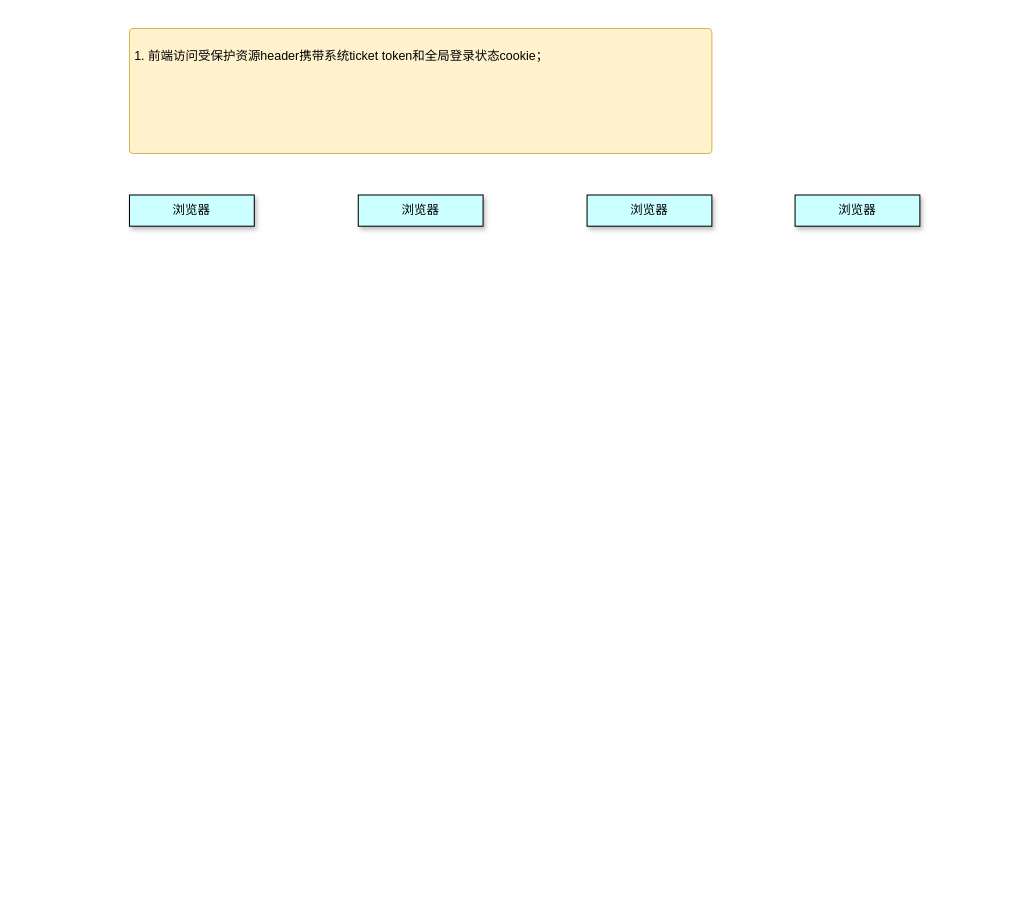
Before: SSO-LOGIN.drawio in lance631/notes, a draw.io diagram. Source tidied: cells renumbered, new cells numbered last; positions are measured from the earlier drawing's top-left corner, leaving out a move shared by most shapes. Both pictures are drawn from the tidied source at 104%, with x=0, y=0 at pixel (129, 28).
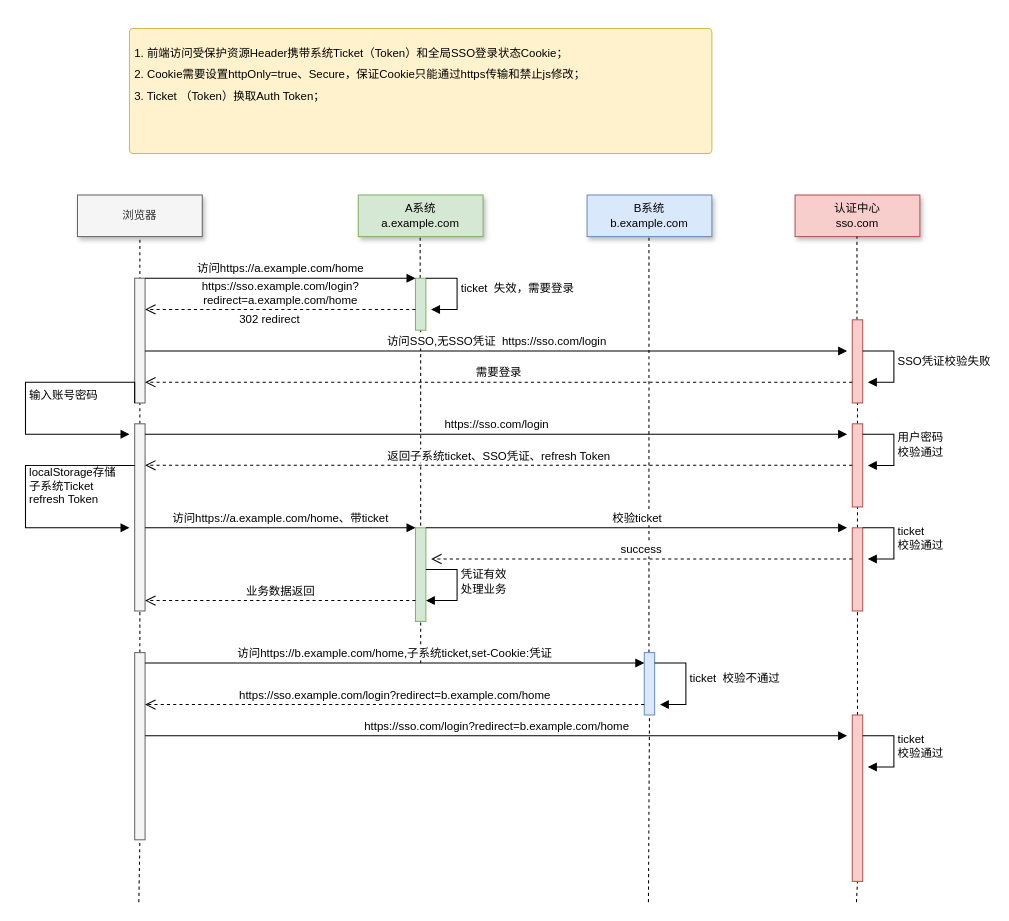
The same diagram, later.

The edit, as a diff of the source:
```diff
@@
-    <mxCell id="2" style="rounded=1;whiteSpace=wrap;html=1;fillColor=#fff2cc;strokeColor=#d6b656;arcSize=3;" parent="1" vertex="1">
+    <mxCell id="2" style="rounded=1;whiteSpace=wrap;html=1;fillColor=#fff2cc;strokeColor=#d6b656;arcSize=3;fontSize=11;" parent="1" vertex="1">
       <mxGeometry width="560" height="120" as="geometry" />
     </mxCell>
-    <mxCell id="3" value="&lt;h1 style=&quot;font-size: 12px;&quot;&gt;&lt;font style=&quot;font-weight: normal; font-size: 12px;&quot;&gt;&lt;br&gt;&lt;/font&gt;&lt;/h1&gt;&lt;h1 style=&quot;font-size: 12px;&quot;&gt;&lt;font style=&quot;font-weight: normal; font-size: 12px;&quot;&gt;1. 前端访问受保护资源header携带系统ticket token和全局登录状态cookie；&lt;/font&gt;&lt;/h1&gt;&lt;div style=&quot;font-size: 12px;&quot;&gt;&lt;font style=&quot;font-weight: normal; font-size: 12px;&quot;&gt;&lt;br style=&quot;font-size: 12px;&quot;&gt;&lt;/font&gt;&lt;/div&gt;" style="text;html=1;strokeColor=none;fillColor=none;spacing=5;spacingTop=-20;whiteSpace=wrap;overflow=hidden;rounded=0;fontSize=12;" parent="1" vertex="1">
+    <mxCell id="3" value="&lt;h1 style=&quot;font-size: 11px;&quot;&gt;&lt;font style=&quot;font-size: 11px; font-weight: normal;&quot;&gt;&lt;br style=&quot;font-size: 11px;&quot;&gt;&lt;/font&gt;&lt;/h1&gt;&lt;h1 style=&quot;font-size: 11px;&quot;&gt;&lt;font style=&quot;font-size: 11px; font-weight: normal;&quot;&gt;1. 前端访问受保护资源Header携带系统Ticket（Token）和全局SSO登录状态Cookie；&lt;/font&gt;&lt;/h1&gt;&lt;h1 style=&quot;font-size: 11px;&quot;&gt;&lt;span style=&quot;font-weight: normal; font-size: 11px;&quot;&gt;2. Cookie需要设置httpOnly=true、Secure，保证Cookie只能通过https传输和禁止js修改；&lt;/span&gt;&lt;/h1&gt;&lt;div style=&quot;font-size: 11px;&quot;&gt;&lt;span style=&quot;background-color: initial; font-size: 11px;&quot;&gt;3. Ticket （Token）换取Auth Token；&lt;/span&gt;&lt;br style=&quot;font-size: 11px;&quot;&gt;&lt;/div&gt;&lt;div style=&quot;font-size: 11px;&quot;&gt;&lt;font style=&quot;font-weight: normal; font-size: 11px;&quot;&gt;&lt;br style=&quot;font-size: 11px;&quot;&gt;&lt;/font&gt;&lt;/div&gt;" style="text;html=1;strokeColor=none;fillColor=none;spacing=5;spacingTop=-20;whiteSpace=wrap;overflow=hidden;rounded=0;fontSize=11;" parent="1" vertex="1">
       <mxGeometry width="540" height="120" as="geometry" />
     </mxCell>
-    <mxCell id="4" value="浏览器" style="rounded=0;whiteSpace=wrap;html=1;fillColor=#CCFFFF;shadow=1;" parent="1" vertex="1">
-      <mxGeometry y="160" width="120" height="30" as="geometry" />
+    <mxCell id="4" value="浏览器" style="rounded=0;whiteSpace=wrap;html=1;fillColor=#f5f5f5;shadow=1;strokeColor=#666666;fontColor=#333333;fontSize=11;" parent="1" vertex="1">
+      <mxGeometry x="-50" y="160" width="120" height="40" as="geometry" />
     </mxCell>
-    <mxCell id="5" value="浏览器" style="rounded=0;whiteSpace=wrap;html=1;fillColor=#CCFFFF;shadow=1;" parent="1" vertex="1">
-      <mxGeometry x="220" y="160" width="120" height="30" as="geometry" />
+    <mxCell id="5" value="A系统&lt;br style=&quot;font-size: 11px;&quot;&gt;a.example.com" style="rounded=0;whiteSpace=wrap;html=1;fillColor=#d5e8d4;shadow=1;strokeColor=#82b366;fontSize=11;" parent="1" vertex="1">
+      <mxGeometry x="220" y="160" width="120" height="40" as="geometry" />
     </mxCell>
-    <mxCell id="6" value="浏览器" style="rounded=0;whiteSpace=wrap;html=1;fillColor=#CCFFFF;shadow=1;" parent="1" vertex="1">
-      <mxGeometry x="440" y="160" width="120" height="30" as="geometry" />
+    <mxCell id="6" value="B系统&lt;br style=&quot;border-color: var(--border-color); font-size: 11px;&quot;&gt;b.example.com" style="rounded=0;whiteSpace=wrap;html=1;fillColor=#dae8fc;shadow=1;strokeColor=#6c8ebf;fontSize=11;" parent="1" vertex="1">
+      <mxGeometry x="440" y="160" width="120" height="40" as="geometry" />
     </mxCell>
-    <mxCell id="7" value="浏览器" style="rounded=0;whiteSpace=wrap;html=1;fillColor=#CCFFFF;shadow=1;" parent="1" vertex="1">
-      <mxGeometry x="640" y="160" width="120" height="30" as="geometry" />
+    <mxCell id="7" value="认证中心&lt;br style=&quot;font-size: 11px;&quot;&gt;sso.com" style="rounded=0;whiteSpace=wrap;html=1;fillColor=#f8cecc;shadow=1;strokeColor=#b85450;fontSize=11;" parent="1" vertex="1">
+      <mxGeometry x="640" y="160" width="120" height="40" as="geometry" />
     </mxCell>
+    <mxCell id="8" style="endArrow=none;dashed=1;html=1;rounded=0;entryX=0.5;entryY=1;entryDx=0;entryDy=0;" parent="1" edge="1" source="24" target="4">
+      <mxGeometry relative="1" as="geometry" />
+    </mxCell>
+    <mxCell id="9" style="html=1;points=[[0,0,0,0,5],[0,1,0,0,-5],[1,0,0,0,5],[1,1,0,0,-5]];perimeter=orthogonalPerimeter;outlineConnect=0;targetShapes=umlLifeline;portConstraint=eastwest;newEdgeStyle={&quot;curved&quot;:0,&quot;rounded&quot;:0};fillColor=#f5f5f5;fontColor=#333333;strokeColor=#666666;fontSize=11;" parent="1" vertex="1">
+      <mxGeometry x="5" y="240" width="10" height="120" as="geometry" />
+    </mxCell>
+    <mxCell id="10" style="endArrow=none;dashed=1;html=1;rounded=0;entryX=0.5;entryY=1;entryDx=0;entryDy=0;fontSize=11;" parent="1" edge="1" source="14">
+      <mxGeometry relative="1" as="geometry">
+        <mxPoint x="279.5" y="200" as="targetPoint" />
+      </mxGeometry>
+    </mxCell>
+    <mxCell id="11" style="endArrow=none;dashed=1;html=1;rounded=0;entryX=0.5;entryY=1;entryDx=0;entryDy=0;" parent="1" edge="1" source="44">
+      <mxGeometry relative="1" as="geometry">
+        <mxPoint x="499.5" y="200" as="targetPoint" />
+      </mxGeometry>
+    </mxCell>
+    <mxCell id="12" style="endArrow=none;dashed=1;html=1;rounded=0;entryX=0.5;entryY=1;entryDx=0;entryDy=0;" parent="1" edge="1" source="19">
+      <mxGeometry relative="1" as="geometry">
+        <mxPoint x="699.5" y="200" as="targetPoint" />
+      </mxGeometry>
+    </mxCell>
+    <mxCell id="13" style="endArrow=none;dashed=1;html=1;rounded=0;entryX=0.5;entryY=1;entryDx=0;entryDy=0;" parent="1" edge="1" target="14">
+      <mxGeometry relative="1" as="geometry">
+        <mxPoint x="280" y="610" as="sourcePoint" />
+      </mxGeometry>
+    </mxCell>
+    <mxCell id="14" style="html=1;points=[[0,0,0,0,5],[0,1,0,0,-5],[1,0,0,0,5],[1,1,0,0,-5]];perimeter=orthogonalPerimeter;outlineConnect=0;targetShapes=umlLifeline;portConstraint=eastwest;newEdgeStyle={&quot;curved&quot;:0,&quot;rounded&quot;:0};fillColor=#d5e8d4;strokeColor=#82b366;fontSize=11;" parent="1" vertex="1">
+      <mxGeometry x="275" y="240" width="10" height="50" as="geometry" />
+    </mxCell>
+    <mxCell id="15" value="访问https://a.example.com/home" style="html=1;verticalAlign=bottom;endArrow=block;curved=0;rounded=0;fontSize=11;" parent="1" edge="1" source="9" target="14">
+      <mxGeometry relative="1" as="geometry">
+        <Array as="points">
+          <mxPoint x="110" y="240" />
+        </Array>
+      </mxGeometry>
+    </mxCell>
+    <mxCell id="16" value="ticket&amp;nbsp; 失效，需要登录" style="html=1;align=left;spacingLeft=2;endArrow=block;rounded=0;edgeStyle=orthogonalEdgeStyle;curved=0;rounded=0;fontSize=11;" parent="1" edge="1">
+      <mxGeometry x="-0.06" relative="1" as="geometry">
+        <mxPoint x="285" y="240" as="sourcePoint" />
+        <mxPoint x="290" y="270" as="targetPoint" />
+        <Array as="points">
+          <mxPoint x="315" y="270" />
+        </Array>
+      </mxGeometry>
+    </mxCell>
+    <mxCell id="17" value="302 redirect" style="text;html=1;strokeColor=none;fillColor=none;align=center;verticalAlign=middle;whiteSpace=wrap;rounded=0;fontSize=11;" parent="1" vertex="1">
+      <mxGeometry x="100" y="265" width="70" height="30" as="geometry" />
+    </mxCell>
+    <mxCell id="18" style="endArrow=none;dashed=1;html=1;rounded=0;entryX=0.5;entryY=1;entryDx=0;entryDy=0;" parent="1" edge="1" source="26" target="19">
+      <mxGeometry relative="1" as="geometry" />
+    </mxCell>
+    <mxCell id="19" style="html=1;points=[[0,0,0,0,5],[0,1,0,0,-5],[1,0,0,0,5],[1,1,0,0,-5]];perimeter=orthogonalPerimeter;outlineConnect=0;targetShapes=umlLifeline;portConstraint=eastwest;newEdgeStyle={&quot;curved&quot;:0,&quot;rounded&quot;:0};fillColor=#f8cecc;strokeColor=#b85450;fontSize=11;" parent="1" vertex="1">
+      <mxGeometry x="695" y="280" width="10" height="80" as="geometry" />
+    </mxCell>
+    <mxCell id="20" value="访问SSO,无SSO凭证&amp;nbsp; https://sso.com/login" style="html=1;verticalAlign=bottom;endArrow=block;curved=0;rounded=0;" parent="1" edge="1">
+      <mxGeometry relative="1" as="geometry">
+        <mxPoint x="15" y="310" as="sourcePoint" />
+        <mxPoint x="690" y="310" as="targetPoint" />
+      </mxGeometry>
+    </mxCell>
+    <mxCell id="21" value="SSO凭证校验失败" style="html=1;align=left;spacingLeft=2;endArrow=block;rounded=0;edgeStyle=orthogonalEdgeStyle;curved=0;rounded=0;fontSize=11;" parent="1" edge="1">
+      <mxGeometry x="-0.06" relative="1" as="geometry">
+        <mxPoint x="705" y="310" as="sourcePoint" />
+        <mxPoint x="710" y="340" as="targetPoint" />
+        <Array as="points">
+          <mxPoint x="735" y="340" />
+        </Array>
+      </mxGeometry>
+    </mxCell>
+    <mxCell id="22" value="需要登录" style="html=1;verticalAlign=bottom;endArrow=open;dashed=1;endSize=8;curved=0;rounded=0;" parent="1" edge="1" target="9">
+      <mxGeometry relative="1" as="geometry">
+        <mxPoint x="695" y="340" as="sourcePoint" />
+      </mxGeometry>
+    </mxCell>
+    <mxCell id="23" style="endArrow=none;dashed=1;html=1;rounded=0;entryX=0.5;entryY=1;entryDx=0;entryDy=0;" parent="1" edge="1" source="42" target="24">
+      <mxGeometry relative="1" as="geometry" />
+    </mxCell>
+    <mxCell id="24" style="html=1;points=[[0,0,0,0,5],[0,1,0,0,-5],[1,0,0,0,5],[1,1,0,0,-5]];perimeter=orthogonalPerimeter;outlineConnect=0;targetShapes=umlLifeline;portConstraint=eastwest;newEdgeStyle={&quot;curved&quot;:0,&quot;rounded&quot;:0};fillColor=#f5f5f5;fontColor=#333333;strokeColor=#666666;fontSize=11;" parent="1" vertex="1">
+      <mxGeometry x="5" y="380" width="10" height="180" as="geometry" />
+    </mxCell>
+    <mxCell id="25" style="endArrow=none;dashed=1;html=1;rounded=0;entryX=0.5;entryY=1;entryDx=0;entryDy=0;" parent="1" edge="1" source="35" target="26">
+      <mxGeometry relative="1" as="geometry" />
+    </mxCell>
+    <mxCell id="26" style="html=1;points=[[0,0,0,0,5],[0,1,0,0,-5],[1,0,0,0,5],[1,1,0,0,-5]];perimeter=orthogonalPerimeter;outlineConnect=0;targetShapes=umlLifeline;portConstraint=eastwest;newEdgeStyle={&quot;curved&quot;:0,&quot;rounded&quot;:0};fillColor=#f8cecc;strokeColor=#b85450;fontSize=11;" parent="1" vertex="1">
+      <mxGeometry x="695" y="380" width="10" height="80" as="geometry" />
+    </mxCell>
+    <mxCell id="27" value="https://sso.com/login" style="html=1;verticalAlign=bottom;endArrow=block;curved=0;rounded=0;" parent="1" edge="1">
+      <mxGeometry relative="1" as="geometry">
+        <mxPoint x="15" y="390" as="sourcePoint" />
+        <mxPoint x="690" y="390" as="targetPoint" />
+      </mxGeometry>
+    </mxCell>
+    <mxCell id="28" value="输入账号密码" style="html=1;align=left;spacingLeft=2;endArrow=block;rounded=0;edgeStyle=orthogonalEdgeStyle;curved=0;rounded=0;fontSize=11;" parent="1" edge="1">
+      <mxGeometry relative="1" as="geometry">
+        <mxPoint x="5" y="360" as="sourcePoint" />
+        <mxPoint y="390" as="targetPoint" />
+        <Array as="points">
+          <mxPoint x="5" y="340" />
+          <mxPoint x="-100" y="340" />
+          <mxPoint x="-100" y="390" />
+          <mxPoint y="390" />
+        </Array>
+      </mxGeometry>
+    </mxCell>
+    <mxCell id="29" value="用户密码&lt;br&gt;校验通过" style="html=1;align=left;spacingLeft=2;endArrow=block;rounded=0;edgeStyle=orthogonalEdgeStyle;curved=0;rounded=0;fontSize=11;" parent="1" edge="1">
+      <mxGeometry x="-0.06" relative="1" as="geometry">
+        <mxPoint x="705" y="390" as="sourcePoint" />
+        <mxPoint x="710" y="420" as="targetPoint" />
+        <Array as="points">
+          <mxPoint x="735" y="390" />
+          <mxPoint x="735" y="420" />
+          <mxPoint x="710" y="420" />
+        </Array>
+      </mxGeometry>
+    </mxCell>
+    <mxCell id="30" value="返回子系统ticket、SSO凭证、refresh Token" style="html=1;verticalAlign=bottom;endArrow=open;dashed=1;endSize=8;curved=0;rounded=0;" parent="1" edge="1">
+      <mxGeometry relative="1" as="geometry">
+        <mxPoint x="695" y="419.9" as="sourcePoint" />
+        <mxPoint x="15" y="419.9" as="targetPoint" />
+      </mxGeometry>
+    </mxCell>
+    <mxCell id="31" value="localStorage存储&lt;br&gt;子系统Ticket&lt;br&gt;refresh Token" style="html=1;align=left;spacingLeft=2;endArrow=block;rounded=0;edgeStyle=orthogonalEdgeStyle;curved=0;rounded=0;fontSize=11;" parent="1" edge="1" source="24">
+      <mxGeometry x="-0.06" relative="1" as="geometry">
+        <mxPoint y="480" as="targetPoint" />
+        <Array as="points">
+          <mxPoint x="-100" y="420" />
+          <mxPoint x="-100" y="480" />
+        </Array>
+      </mxGeometry>
+    </mxCell>
+    <mxCell id="32" style="html=1;points=[[0,0,0,0,5],[0,1,0,0,-5],[1,0,0,0,5],[1,1,0,0,-5]];perimeter=orthogonalPerimeter;outlineConnect=0;targetShapes=umlLifeline;portConstraint=eastwest;newEdgeStyle={&quot;curved&quot;:0,&quot;rounded&quot;:0};fillColor=#d5e8d4;strokeColor=#82b366;fontSize=11;" parent="1" vertex="1">
+      <mxGeometry x="275" y="480" width="10" height="90" as="geometry" />
+    </mxCell>
+    <mxCell id="33" value="访问https://a.example.com/home、带ticket" style="html=1;verticalAlign=bottom;endArrow=block;curved=0;rounded=0;fontSize=11;" parent="1" edge="1">
+      <mxGeometry relative="1" as="geometry">
+        <mxPoint x="15" y="480" as="sourcePoint" />
+        <mxPoint x="275" y="480" as="targetPoint" />
+        <Array as="points">
+          <mxPoint x="110" y="480" />
+        </Array>
+      </mxGeometry>
+    </mxCell>
+    <mxCell id="34" style="endArrow=none;dashed=1;html=1;rounded=0;entryX=0.5;entryY=1;entryDx=0;entryDy=0;" parent="1" edge="1" source="50" target="35">
+      <mxGeometry relative="1" as="geometry" />
+    </mxCell>
+    <mxCell id="35" style="html=1;points=[[0,0,0,0,5],[0,1,0,0,-5],[1,0,0,0,5],[1,1,0,0,-5]];perimeter=orthogonalPerimeter;outlineConnect=0;targetShapes=umlLifeline;portConstraint=eastwest;newEdgeStyle={&quot;curved&quot;:0,&quot;rounded&quot;:0};fillColor=#f8cecc;strokeColor=#b85450;fontSize=11;" parent="1" vertex="1">
+      <mxGeometry x="695" y="480" width="10" height="80" as="geometry" />
+    </mxCell>
+    <mxCell id="36" value="校验ticket" style="html=1;verticalAlign=bottom;endArrow=block;curved=0;rounded=0;fontSize=11;" parent="1" edge="1">
+      <mxGeometry relative="1" as="geometry">
+        <mxPoint x="285" y="480" as="sourcePoint" />
+        <mxPoint x="690" y="480" as="targetPoint" />
+        <Array as="points">
+          <mxPoint x="380" y="480" />
+        </Array>
+      </mxGeometry>
+    </mxCell>
+    <mxCell id="37" value="ticket&lt;br&gt;校验通过" style="html=1;align=left;spacingLeft=2;endArrow=block;rounded=0;edgeStyle=orthogonalEdgeStyle;curved=0;rounded=0;fontSize=11;" parent="1" edge="1">
+      <mxGeometry x="-0.06" relative="1" as="geometry">
+        <mxPoint x="705" y="480" as="sourcePoint" />
+        <mxPoint x="710" y="510" as="targetPoint" />
+        <Array as="points">
+          <mxPoint x="735" y="510" />
+        </Array>
+      </mxGeometry>
+    </mxCell>
+    <mxCell id="38" value="success" style="html=1;verticalAlign=bottom;endArrow=open;dashed=1;endSize=8;curved=0;rounded=0;" parent="1" edge="1">
+      <mxGeometry relative="1" as="geometry">
+        <mxPoint x="695" y="510" as="sourcePoint" />
+        <mxPoint x="290" y="510" as="targetPoint" />
+      </mxGeometry>
+    </mxCell>
+    <mxCell id="39" value="凭证有效&lt;br&gt;处理业务" style="html=1;align=left;spacingLeft=2;endArrow=block;rounded=0;edgeStyle=orthogonalEdgeStyle;curved=0;rounded=0;fontSize=11;" parent="1" edge="1" target="32">
+      <mxGeometry x="-0.06" relative="1" as="geometry">
+        <mxPoint x="285" y="520" as="sourcePoint" />
+        <Array as="points">
+          <mxPoint x="315" y="520" />
+          <mxPoint x="315" y="550" />
+        </Array>
+      </mxGeometry>
+    </mxCell>
+    <mxCell id="40" value="业务数据返回" style="html=1;verticalAlign=bottom;endArrow=open;dashed=1;endSize=8;curved=0;rounded=0;" parent="1" edge="1" target="24">
+      <mxGeometry relative="1" as="geometry">
+        <mxPoint x="275" y="550" as="sourcePoint" />
+      </mxGeometry>
+    </mxCell>
+    <mxCell id="41" style="endArrow=none;dashed=1;html=1;rounded=0;entryX=0.5;entryY=1;entryDx=0;entryDy=0;" parent="1" edge="1" target="42">
+      <mxGeometry relative="1" as="geometry">
+        <mxPoint x="9" y="840" as="sourcePoint" />
+      </mxGeometry>
+    </mxCell>
+    <mxCell id="42" style="html=1;points=[[0,0,0,0,5],[0,1,0,0,-5],[1,0,0,0,5],[1,1,0,0,-5]];perimeter=orthogonalPerimeter;outlineConnect=0;targetShapes=umlLifeline;portConstraint=eastwest;newEdgeStyle={&quot;curved&quot;:0,&quot;rounded&quot;:0};fillColor=#f5f5f5;fontColor=#333333;strokeColor=#666666;fontSize=11;" parent="1" vertex="1">
+      <mxGeometry x="5" y="600" width="10" height="180" as="geometry" />
+    </mxCell>
+    <mxCell id="43" style="endArrow=none;dashed=1;html=1;rounded=0;entryX=0.5;entryY=1;entryDx=0;entryDy=0;" parent="1" edge="1" target="44">
+      <mxGeometry relative="1" as="geometry">
+        <mxPoint x="499" y="840" as="sourcePoint" />
+      </mxGeometry>
+    </mxCell>
+    <mxCell id="44" style="html=1;points=[[0,0,0,0,5],[0,1,0,0,-5],[1,0,0,0,5],[1,1,0,0,-5]];perimeter=orthogonalPerimeter;outlineConnect=0;targetShapes=umlLifeline;portConstraint=eastwest;newEdgeStyle={&quot;curved&quot;:0,&quot;rounded&quot;:0};fillColor=#dae8fc;strokeColor=#6c8ebf;fontSize=11;" parent="1" vertex="1">
+      <mxGeometry x="495" y="600" width="10" height="60" as="geometry" />
+    </mxCell>
+    <mxCell id="45" value="访问https://b.example.com/home,子系统ticket,set-Cookie:凭证" style="html=1;verticalAlign=bottom;endArrow=block;curved=0;rounded=0;fontSize=11;" parent="1" edge="1" target="44">
+      <mxGeometry relative="1" as="geometry">
+        <mxPoint x="15" y="610" as="sourcePoint" />
+        <Array as="points">
+          <mxPoint x="110" y="610" />
+        </Array>
+      </mxGeometry>
+    </mxCell>
+    <mxCell id="46" value="ticket&amp;nbsp; 校验不通过" style="html=1;align=left;spacingLeft=2;endArrow=block;rounded=0;edgeStyle=orthogonalEdgeStyle;curved=0;rounded=0;fontSize=11;" parent="1" edge="1">
+      <mxGeometry x="-0.06" relative="1" as="geometry">
+        <mxPoint x="505" y="610" as="sourcePoint" />
+        <mxPoint x="510" y="650" as="targetPoint" />
+        <Array as="points">
+          <mxPoint x="535" y="610" />
+          <mxPoint x="535" y="650" />
+          <mxPoint x="510" y="650" />
+        </Array>
+      </mxGeometry>
+    </mxCell>
+    <mxCell id="47" value="https://sso.example.com/login?&lt;br&gt;redirect=a.example.com/home" style="html=1;verticalAlign=bottom;endArrow=open;dashed=1;endSize=8;curved=0;rounded=0;" parent="1" edge="1">
+      <mxGeometry relative="1" as="geometry">
+        <mxPoint x="275" y="270" as="sourcePoint" />
+        <mxPoint x="15" y="270" as="targetPoint" />
+      </mxGeometry>
+    </mxCell>
+    <mxCell id="48" value="https://sso.example.com/login?redirect=b.example.com/home" style="html=1;verticalAlign=bottom;endArrow=open;dashed=1;endSize=8;curved=0;rounded=0;" parent="1" edge="1" target="42">
+      <mxGeometry relative="1" as="geometry">
+        <mxPoint x="495" y="650" as="sourcePoint" />
+      </mxGeometry>
+    </mxCell>
+    <mxCell id="49" style="endArrow=none;dashed=1;html=1;rounded=0;entryX=0.5;entryY=1;entryDx=0;entryDy=0;" parent="1" edge="1" target="50">
+      <mxGeometry relative="1" as="geometry">
+        <mxPoint x="699" y="840" as="sourcePoint" />
+      </mxGeometry>
+    </mxCell>
+    <mxCell id="50" style="html=1;points=[[0,0,0,0,5],[0,1,0,0,-5],[1,0,0,0,5],[1,1,0,0,-5]];perimeter=orthogonalPerimeter;outlineConnect=0;targetShapes=umlLifeline;portConstraint=eastwest;newEdgeStyle={&quot;curved&quot;:0,&quot;rounded&quot;:0};fillColor=#f8cecc;strokeColor=#b85450;fontSize=11;" parent="1" vertex="1">
+      <mxGeometry x="695" y="660" width="10" height="160" as="geometry" />
+    </mxCell>
+    <mxCell id="51" value="ticket&lt;br&gt;校验通过" style="html=1;align=left;spacingLeft=2;endArrow=block;rounded=0;edgeStyle=orthogonalEdgeStyle;curved=0;rounded=0;fontSize=11;" parent="1" edge="1">
+      <mxGeometry x="-0.06" relative="1" as="geometry">
+        <mxPoint x="705" y="680" as="sourcePoint" />
+        <mxPoint x="710" y="710" as="targetPoint" />
+        <Array as="points">
+          <mxPoint x="735" y="710" />
+        </Array>
+      </mxGeometry>
+    </mxCell>
+    <mxCell id="52" value="https://sso.com/login?redirect=b.example.com/home" style="html=1;verticalAlign=bottom;endArrow=block;curved=0;rounded=0;" parent="1" edge="1">
+      <mxGeometry relative="1" as="geometry">
+        <mxPoint x="15" y="680" as="sourcePoint" />
+        <mxPoint x="690" y="680" as="targetPoint" />
+      </mxGeometry>
+    </mxCell>
```
